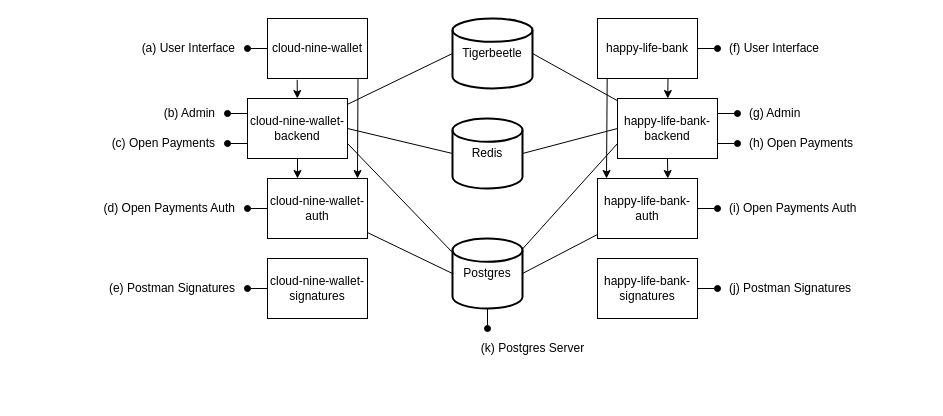
The draw.io diagram localenv/local-dev.drawio in interledger/rafiki, before the edit. Source tidied: cells renumbered, new cells numbered last; positions are measured from the earlier drawing's top-left corner, leaving out a move shared by most shapes. Both pictures are drawn from the tidied source at 100%, with x=0, y=0 at pixel (97, 18).
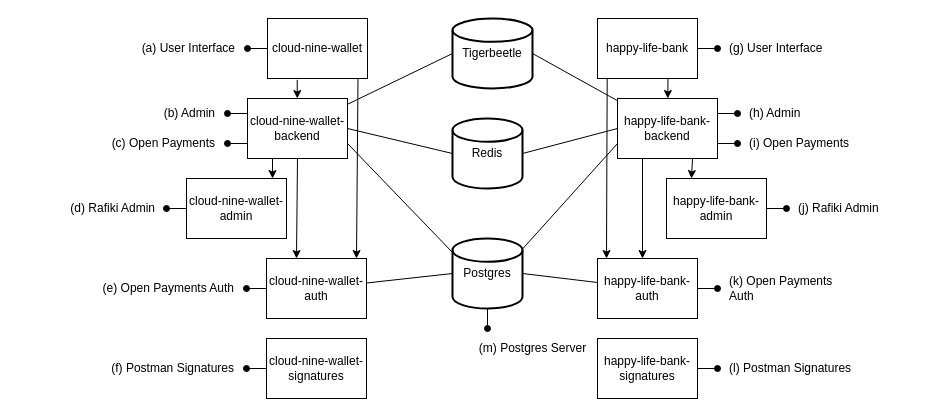
Above is the later version.

The change refers to these unchanged cells:
```xml
<mxCell id="4" value="Postgres" style="strokeWidth=2;html=1;shape=mxgraph.flowchart.database;whiteSpace=wrap;" parent="1" vertex="1">
  <mxGeometry x="355" y="220" width="70" height="70" as="geometry" />
</mxCell>
<mxCell id="16" value="cloud-nine-wallet-backend" style="rounded=0;whiteSpace=wrap;html=1;" parent="1" vertex="1">
  <mxGeometry x="150" y="80" width="100" height="60" as="geometry" />
</mxCell>
<mxCell id="20" value="cloud-nine-wallet" style="rounded=0;whiteSpace=wrap;html=1;" parent="1" vertex="1">
  <mxGeometry x="170" width="100" height="60" as="geometry" />
</mxCell>
<mxCell id="30" value="happy-life-bank-backend" style="rounded=0;whiteSpace=wrap;html=1;" parent="1" vertex="1">
  <mxGeometry x="520" y="80" width="100" height="60" as="geometry" />
</mxCell>
<mxCell id="34" value="happy-life-bank" style="rounded=0;whiteSpace=wrap;html=1;" parent="1" vertex="1">
  <mxGeometry x="500" width="100" height="60" as="geometry" />
</mxCell>
```

What changed in the source:
```diff
@@
-    <mxCell id="2" style="edgeStyle=none;rounded=0;jettySize=auto;html=1;exitX=0.5;exitY=0;exitDx=0;exitDy=0;exitPerimeter=0;endArrow=oval;endFill=1;" parent="1" edge="1" source="4">
-      <mxGeometry relative="1" as="geometry">
-        <mxPoint x="390.3" y="220" as="targetPoint" />
-      </mxGeometry>
-    </mxCell>
-    <mxCell id="3" style="edgeStyle=none;rounded=0;jettySize=auto;html=1;endArrow=oval;endFill=1;" parent="1" edge="1" source="4">
-      <mxGeometry relative="1" as="geometry">
-        <mxPoint x="390" y="310" as="targetPoint" />
-      </mxGeometry>
-    </mxCell>
+    <mxCell id="50" style="edgeStyle=none;rounded=0;jettySize=auto;html=1;exitX=0.5;exitY=0;exitDx=0;exitDy=0;exitPerimeter=0;endArrow=oval;endFill=1;" parent="1" edge="1" source="4">
+      <mxGeometry relative="1" as="geometry">
+        <mxPoint x="390.3" y="220" as="targetPoint" />
+      </mxGeometry>
+    </mxCell>
+    <mxCell id="51" style="edgeStyle=none;rounded=0;jettySize=auto;html=1;endArrow=oval;endFill=1;" parent="1" edge="1" source="4">
+      <mxGeometry relative="1" as="geometry">
+        <mxPoint x="390" y="310" as="targetPoint" />
+      </mxGeometry>
+    </mxCell>
@@
-    <mxCell id="8" style="edgeStyle=none;rounded=0;jettySize=auto;html=1;endArrow=oval;endFill=1;" parent="1" edge="1" source="9">
-      <mxGeometry relative="1" as="geometry">
-        <mxPoint x="150" y="190" as="targetPoint" />
-      </mxGeometry>
-    </mxCell>
+    <mxCell id="52" style="edgeStyle=none;rounded=0;jettySize=auto;html=1;endArrow=oval;endFill=1;" parent="1" edge="1" source="9">
+      <mxGeometry relative="1" as="geometry">
+        <mxPoint x="149" y="270" as="targetPoint" />
+      </mxGeometry>
+    </mxCell>
     <mxCell id="9" value="cloud-nine-wallet-auth" style="rounded=0;whiteSpace=wrap;html=1;" parent="1" vertex="1">
-      <mxGeometry x="170" y="160" width="100" height="60" as="geometry" />
+      <mxGeometry x="169" y="240" width="100" height="60" as="geometry" />
     </mxCell>
@@
-    <mxCell id="14" style="edgeStyle=none;rounded=0;jettySize=auto;html=1;exitX=0;exitY=0.25;exitDx=0;exitDy=0;endArrow=oval;endFill=1;" parent="1" edge="1" source="16">
-      <mxGeometry relative="1" as="geometry">
-        <mxPoint x="130" y="95" as="targetPoint" />
-      </mxGeometry>
-    </mxCell>
-    <mxCell id="15" style="edgeStyle=none;rounded=0;jettySize=auto;html=1;exitX=0;exitY=0.75;exitDx=0;exitDy=0;endArrow=oval;endFill=1;" parent="1" edge="1" source="16">
-      <mxGeometry relative="1" as="geometry">
-        <mxPoint x="130" y="125" as="targetPoint" />
-      </mxGeometry>
-    </mxCell>
+    <mxCell id="53" style="edgeStyle=none;rounded=0;jettySize=auto;html=1;exitX=0;exitY=0.25;exitDx=0;exitDy=0;endArrow=oval;endFill=1;" parent="1" edge="1" source="16">
+      <mxGeometry relative="1" as="geometry">
+        <mxPoint x="130" y="95" as="targetPoint" />
+      </mxGeometry>
+    </mxCell>
+    <mxCell id="54" style="edgeStyle=none;rounded=0;jettySize=auto;html=1;exitX=0;exitY=0.75;exitDx=0;exitDy=0;endArrow=oval;endFill=1;" parent="1" edge="1" source="16">
+      <mxGeometry relative="1" as="geometry">
+        <mxPoint x="130" y="125" as="targetPoint" />
+      </mxGeometry>
+    </mxCell>
+    <mxCell id="55" style="edgeStyle=none;html=1;exitX=0.25;exitY=1;exitDx=0;exitDy=0;entryX=0.86;entryY=0;entryDx=0;entryDy=0;entryPerimeter=0;" parent="1" edge="1" source="16" target="75">
+      <mxGeometry relative="1" as="geometry" />
+    </mxCell>
@@
-    <mxCell id="18" style="edgeStyle=none;rounded=0;jettySize=auto;html=1;endArrow=classic;endFill=1;exitX=0.905;exitY=1.009;exitDx=0;exitDy=0;exitPerimeter=0;" parent="1" edge="1" source="20">
-      <mxGeometry relative="1" as="geometry">
-        <mxPoint x="260" y="160" as="targetPoint" />
-      </mxGeometry>
-    </mxCell>
-    <mxCell id="19" style="edgeStyle=none;rounded=0;jettySize=auto;html=1;endArrow=oval;endFill=1;" parent="1" edge="1" source="20">
-      <mxGeometry relative="1" as="geometry">
-        <mxPoint x="150" y="30" as="targetPoint" />
-      </mxGeometry>
-    </mxCell>
+    <mxCell id="56" style="edgeStyle=none;rounded=0;jettySize=auto;html=1;endArrow=classic;endFill=1;exitX=0.905;exitY=1.009;exitDx=0;exitDy=0;exitPerimeter=0;entryX=0.9;entryY=0;entryDx=0;entryDy=0;entryPerimeter=0;" parent="1" edge="1" source="20" target="9">
+      <mxGeometry relative="1" as="geometry" />
+    </mxCell>
+    <mxCell id="57" style="edgeStyle=none;rounded=0;jettySize=auto;html=1;endArrow=oval;endFill=1;" parent="1" edge="1" source="20">
+      <mxGeometry relative="1" as="geometry">
+        <mxPoint x="150" y="30" as="targetPoint" />
+      </mxGeometry>
+    </mxCell>
@@
-    <mxCell id="22" style="edgeStyle=none;rounded=0;jettySize=auto;html=1;endArrow=oval;endFill=1;" parent="1" edge="1" source="23">
-      <mxGeometry relative="1" as="geometry">
-        <mxPoint x="620" y="190" as="targetPoint" />
-      </mxGeometry>
-    </mxCell>
+    <mxCell id="58" style="edgeStyle=none;rounded=0;jettySize=auto;html=1;endArrow=oval;endFill=1;" parent="1" edge="1" source="23">
+      <mxGeometry relative="1" as="geometry">
+        <mxPoint x="620" y="270" as="targetPoint" />
+      </mxGeometry>
+    </mxCell>
     <mxCell id="23" value="happy-life-bank-auth" style="rounded=0;whiteSpace=wrap;html=1;" parent="1" vertex="1">
-      <mxGeometry x="500" y="160" width="100" height="60" as="geometry" />
+      <mxGeometry x="500" y="240" width="100" height="60" as="geometry" />
     </mxCell>
@@
-    <mxCell id="27" style="edgeStyle=none;rounded=0;jettySize=auto;html=1;exitX=0.5;exitY=1;exitDx=0;exitDy=0;endArrow=classic;endFill=1;entryX=0.703;entryY=0;entryDx=0;entryDy=0;entryPerimeter=0;" parent="1" edge="1" source="30" target="23">
-      <mxGeometry relative="1" as="geometry" />
-    </mxCell>
-    <mxCell id="28" style="edgeStyle=none;rounded=0;jettySize=auto;html=1;exitX=1;exitY=0.25;exitDx=0;exitDy=0;endArrow=oval;endFill=1;" parent="1" edge="1" source="30">
-      <mxGeometry relative="1" as="geometry">
-        <mxPoint x="640" y="95" as="targetPoint" />
-      </mxGeometry>
-    </mxCell>
-    <mxCell id="29" style="edgeStyle=none;rounded=0;jettySize=auto;html=1;exitX=1;exitY=0.75;exitDx=0;exitDy=0;endArrow=oval;endFill=1;" parent="1" edge="1" source="30">
-      <mxGeometry relative="1" as="geometry">
-        <mxPoint x="640" y="125" as="targetPoint" />
-      </mxGeometry>
-    </mxCell>
+    <mxCell id="59" style="edgeStyle=none;rounded=0;jettySize=auto;html=1;exitX=1;exitY=0.25;exitDx=0;exitDy=0;endArrow=oval;endFill=1;" parent="1" edge="1" source="30">
+      <mxGeometry relative="1" as="geometry">
+        <mxPoint x="640" y="95" as="targetPoint" />
+      </mxGeometry>
+    </mxCell>
+    <mxCell id="60" style="edgeStyle=none;rounded=0;jettySize=auto;html=1;exitX=1;exitY=0.75;exitDx=0;exitDy=0;endArrow=oval;endFill=1;" parent="1" edge="1" source="30">
+      <mxGeometry relative="1" as="geometry">
+        <mxPoint x="640" y="125" as="targetPoint" />
+      </mxGeometry>
+    </mxCell>
+    <mxCell id="61" style="edgeStyle=none;html=1;exitX=0.25;exitY=1;exitDx=0;exitDy=0;" parent="1" edge="1" source="30">
+      <mxGeometry relative="1" as="geometry">
+        <mxPoint x="545" y="240" as="targetPoint" />
+      </mxGeometry>
+    </mxCell>
+    <mxCell id="62" style="edgeStyle=none;html=1;exitX=0.75;exitY=1;exitDx=0;exitDy=0;entryX=0.25;entryY=0;entryDx=0;entryDy=0;" parent="1" edge="1" source="30" target="78">
+      <mxGeometry relative="1" as="geometry" />
+    </mxCell>
@@
-    <mxCell id="33" style="edgeStyle=none;rounded=0;jettySize=auto;html=1;exitX=1;exitY=0.5;exitDx=0;exitDy=0;endArrow=oval;endFill=1;" parent="1" edge="1" source="34">
-      <mxGeometry relative="1" as="geometry">
-        <mxPoint x="620" y="30" as="targetPoint" />
-      </mxGeometry>
-    </mxCell>
+    <mxCell id="63" style="edgeStyle=none;rounded=0;jettySize=auto;html=1;exitX=1;exitY=0.5;exitDx=0;exitDy=0;endArrow=oval;endFill=1;" parent="1" edge="1" source="34">
+      <mxGeometry relative="1" as="geometry">
+        <mxPoint x="620" y="30" as="targetPoint" />
+      </mxGeometry>
+    </mxCell>
@@
-    <mxCell id="35" value="&lt;div&gt;(b) Admin&lt;/div&gt;" style="text;html=1;strokeColor=none;fillColor=none;align=right;verticalAlign=middle;whiteSpace=wrap;rounded=0;" parent="1" vertex="1">
+    <mxCell id="35" value="&lt;div&gt;(b) Admin&lt;/div&gt;" style="text;html=1;align=right;verticalAlign=middle;whiteSpace=wrap;rounded=0;" parent="1" vertex="1">
       <mxGeometry x="60" y="80" width="60" height="30" as="geometry" />
     </mxCell>
-    <mxCell id="36" value="&lt;div&gt;(c) Open Payments&lt;/div&gt;" style="text;html=1;strokeColor=none;fillColor=none;align=right;verticalAlign=middle;whiteSpace=wrap;rounded=0;" parent="1" vertex="1">
+    <mxCell id="36" value="&lt;div&gt;(c) Open Payments&lt;/div&gt;" style="text;html=1;align=right;verticalAlign=middle;whiteSpace=wrap;rounded=0;" parent="1" vertex="1">
       <mxGeometry y="110" width="120" height="30" as="geometry" />
     </mxCell>
-    <mxCell id="37" style="edgeStyle=none;rounded=0;jettySize=auto;html=1;endArrow=oval;endFill=1;" parent="1" edge="1" source="38">
-      <mxGeometry relative="1" as="geometry">
-        <mxPoint x="150" y="270" as="targetPoint" />
-      </mxGeometry>
-    </mxCell>
+    <mxCell id="64" style="edgeStyle=none;rounded=0;jettySize=auto;html=1;endArrow=oval;endFill=1;" parent="1" edge="1" source="38">
+      <mxGeometry relative="1" as="geometry">
+        <mxPoint x="149" y="350" as="targetPoint" />
+      </mxGeometry>
+    </mxCell>
     <mxCell id="38" value="cloud-nine-wallet-signatures" style="rounded=0;whiteSpace=wrap;html=1;" parent="1" vertex="1">
-      <mxGeometry x="170" y="240" width="100" height="60" as="geometry" />
+      <mxGeometry x="169" y="320" width="100" height="60" as="geometry" />
     </mxCell>
-    <mxCell id="39" style="edgeStyle=none;rounded=0;jettySize=auto;html=1;exitX=1;exitY=0.5;exitDx=0;exitDy=0;endArrow=oval;endFill=1;" parent="1" edge="1" source="40">
-      <mxGeometry relative="1" as="geometry">
-        <mxPoint x="620" y="270" as="targetPoint" />
-      </mxGeometry>
-    </mxCell>
+    <mxCell id="65" style="edgeStyle=none;rounded=0;jettySize=auto;html=1;exitX=1;exitY=0.5;exitDx=0;exitDy=0;endArrow=oval;endFill=1;" parent="1" edge="1" source="40">
+      <mxGeometry relative="1" as="geometry">
+        <mxPoint x="620" y="350" as="targetPoint" />
+      </mxGeometry>
+    </mxCell>
     <mxCell id="40" value="happy-life-bank-signatures" style="rounded=0;whiteSpace=wrap;html=1;" parent="1" vertex="1">
-      <mxGeometry x="500" y="240" width="100" height="60" as="geometry" />
+      <mxGeometry x="500" y="320" width="100" height="60" as="geometry" />
     </mxCell>
-    <mxCell id="41" value="&lt;div align=&quot;left&quot;&gt;(g) Admin&lt;/div&gt;" style="text;html=1;strokeColor=none;fillColor=none;align=left;verticalAlign=middle;whiteSpace=wrap;rounded=0;" parent="1" vertex="1">
-      <mxGeometry x="650" y="80" width="60" height="30" as="geometry" />
-    </mxCell>
-    <mxCell id="42" value="&lt;div&gt;(h) Open Payments&lt;/div&gt;" style="text;html=1;strokeColor=none;fillColor=none;align=left;verticalAlign=middle;whiteSpace=wrap;rounded=0;" parent="1" vertex="1">
-      <mxGeometry x="650" y="110" width="120" height="30" as="geometry" />
-    </mxCell>
-    <mxCell id="43" value="(k) Postgres Server" style="text;html=1;align=center;verticalAlign=middle;strokeColor=none;fillColor=none;" parent="1" vertex="1">
-      <mxGeometry x="375" y="320" width="120" height="20" as="geometry" />
-    </mxCell>
+    <mxCell id="66" value="&lt;div align=&quot;left&quot;&gt;(h) Admin&lt;/div&gt;" style="text;html=1;align=left;verticalAlign=middle;whiteSpace=wrap;rounded=0;" parent="1" vertex="1">
+      <mxGeometry x="650" y="80" width="60" height="30" as="geometry" />
+    </mxCell>
+    <mxCell id="67" value="&lt;div&gt;(i) Open Payments&lt;/div&gt;" style="text;html=1;align=left;verticalAlign=middle;whiteSpace=wrap;rounded=0;" parent="1" vertex="1">
+      <mxGeometry x="650" y="110" width="120" height="30" as="geometry" />
+    </mxCell>
+    <mxCell id="68" value="(m) Postgres Server" style="text;html=1;align=center;verticalAlign=middle;" parent="1" vertex="1">
+      <mxGeometry x="370" y="315" width="130" height="30" as="geometry" />
+    </mxCell>
-    <mxCell id="44" value="&lt;div&gt;(a) User Interface &lt;br&gt;&lt;/div&gt;" style="text;html=1;strokeColor=none;fillColor=none;align=right;verticalAlign=middle;whiteSpace=wrap;rounded=0;" parent="1" vertex="1">
+    <mxCell id="44" value="&lt;div&gt;(a) User Interface &lt;br&gt;&lt;/div&gt;" style="text;html=1;align=right;verticalAlign=middle;whiteSpace=wrap;rounded=0;" parent="1" vertex="1">
       <mxGeometry x="20" y="15" width="120" height="30" as="geometry" />
     </mxCell>
-    <mxCell id="45" value="&lt;div&gt;(f) User Interface&lt;br&gt;&lt;/div&gt;" style="text;html=1;strokeColor=none;fillColor=none;align=left;verticalAlign=middle;whiteSpace=wrap;rounded=0;" parent="1" vertex="1">
-      <mxGeometry x="630" y="15" width="120" height="30" as="geometry" />
-    </mxCell>
-    <mxCell id="46" value="&lt;div&gt;(d) Open Payments Auth&lt;br&gt;&lt;/div&gt;" style="text;html=1;strokeColor=none;fillColor=none;align=right;verticalAlign=middle;whiteSpace=wrap;rounded=0;" parent="1" vertex="1">
-      <mxGeometry y="175" width="140" height="30" as="geometry" />
-    </mxCell>
-    <mxCell id="47" value="&lt;div&gt;(e) Postman Signatures&lt;br&gt;&lt;/div&gt;" style="text;html=1;strokeColor=none;fillColor=none;align=right;verticalAlign=middle;whiteSpace=wrap;rounded=0;" parent="1" vertex="1">
-      <mxGeometry y="255" width="140" height="30" as="geometry" />
-    </mxCell>
-    <mxCell id="48" value="&lt;div&gt;(i) Open Payments Auth&lt;br&gt;&lt;/div&gt;" style="text;html=1;strokeColor=none;fillColor=none;align=left;verticalAlign=middle;whiteSpace=wrap;rounded=0;" parent="1" vertex="1">
-      <mxGeometry x="630" y="175" width="130" height="30" as="geometry" />
-    </mxCell>
-    <mxCell id="49" value="&lt;div&gt;(j) Postman Signatures&lt;br&gt;&lt;/div&gt;" style="text;html=1;strokeColor=none;fillColor=none;align=left;verticalAlign=middle;whiteSpace=wrap;rounded=0;" parent="1" vertex="1">
-      <mxGeometry x="630" y="255" width="130" height="30" as="geometry" />
-    </mxCell>
+    <mxCell id="69" value="&lt;div&gt;(g) User Interface&lt;br&gt;&lt;/div&gt;" style="text;html=1;align=left;verticalAlign=middle;whiteSpace=wrap;rounded=0;" parent="1" vertex="1">
+      <mxGeometry x="630" y="15" width="120" height="30" as="geometry" />
+    </mxCell>
+    <mxCell id="70" value="&lt;div&gt;(e) Open Payments Auth&lt;br&gt;&lt;/div&gt;" style="text;html=1;align=right;verticalAlign=middle;whiteSpace=wrap;rounded=0;" parent="1" vertex="1">
+      <mxGeometry x="-1" y="255" width="140" height="30" as="geometry" />
+    </mxCell>
+    <mxCell id="71" value="&lt;div&gt;(f) Postman Signatures&lt;br&gt;&lt;/div&gt;" style="text;html=1;align=right;verticalAlign=middle;whiteSpace=wrap;rounded=0;" parent="1" vertex="1">
+      <mxGeometry x="-1" y="335" width="140" height="30" as="geometry" />
+    </mxCell>
+    <mxCell id="72" value="&lt;div&gt;(k) Open Payments Auth&lt;br&gt;&lt;/div&gt;" style="text;html=1;align=left;verticalAlign=middle;whiteSpace=wrap;rounded=0;" parent="1" vertex="1">
+      <mxGeometry x="630" y="255" width="130" height="30" as="geometry" />
+    </mxCell>
+    <mxCell id="73" value="&lt;div&gt;(l) Postman Signatures&lt;br&gt;&lt;/div&gt;" style="text;html=1;align=left;verticalAlign=middle;whiteSpace=wrap;rounded=0;" parent="1" vertex="1">
+      <mxGeometry x="630" y="335" width="130" height="30" as="geometry" />
+    </mxCell>
+    <mxCell id="74" style="edgeStyle=none;rounded=0;jettySize=auto;html=1;endArrow=oval;endFill=1;" parent="1" edge="1" source="75">
+      <mxGeometry relative="1" as="geometry">
+        <mxPoint x="69" y="190" as="targetPoint" />
+      </mxGeometry>
+    </mxCell>
+    <mxCell id="75" value="cloud-nine-wallet-admin" style="rounded=0;whiteSpace=wrap;html=1;" parent="1" vertex="1">
+      <mxGeometry x="89" y="160" width="100" height="60" as="geometry" />
+    </mxCell>
+    <mxCell id="76" value="&lt;div&gt;(d) Rafiki Admin&lt;br&gt;&lt;/div&gt;" style="text;html=1;align=right;verticalAlign=middle;whiteSpace=wrap;rounded=0;" parent="1" vertex="1">
+      <mxGeometry x="-80" y="175" width="140" height="30" as="geometry" />
+    </mxCell>
+    <mxCell id="77" style="edgeStyle=none;rounded=0;jettySize=auto;html=1;exitX=1;exitY=0.5;exitDx=0;exitDy=0;endArrow=oval;endFill=1;" parent="1" edge="1" source="78">
+      <mxGeometry relative="1" as="geometry">
+        <mxPoint x="689" y="190" as="targetPoint" />
+      </mxGeometry>
+    </mxCell>
+    <mxCell id="78" value="happy-life-bank-admin" style="rounded=0;whiteSpace=wrap;html=1;" parent="1" vertex="1">
+      <mxGeometry x="569" y="160" width="100" height="60" as="geometry" />
+    </mxCell>
+    <mxCell id="79" value="&lt;div&gt;(j) Rafiki Admin&lt;br&gt;&lt;/div&gt;" style="text;html=1;align=left;verticalAlign=middle;whiteSpace=wrap;rounded=0;" parent="1" vertex="1">
+      <mxGeometry x="699" y="175" width="130" height="30" as="geometry" />
+    </mxCell>
```
